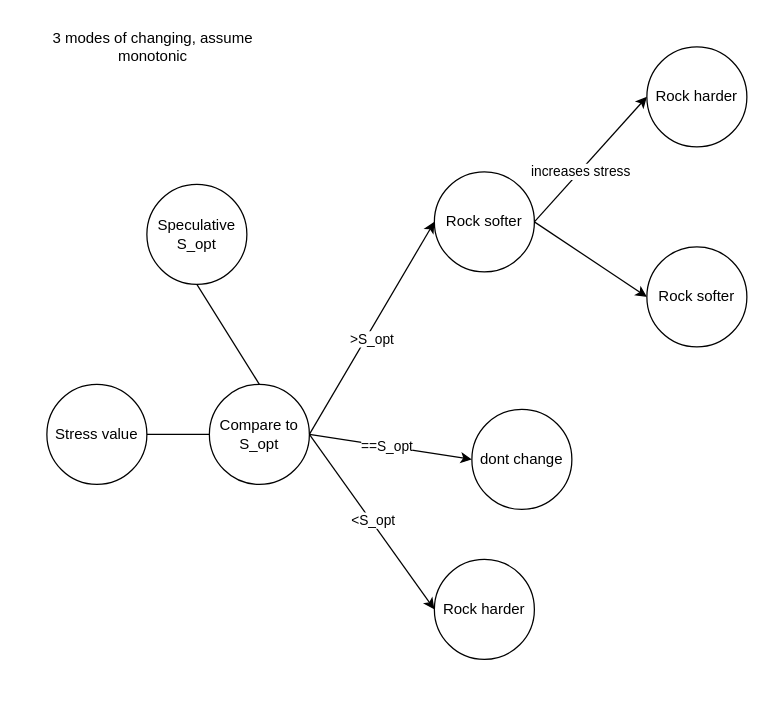
The draw.io diagram 5EWC0 Decision Making flow chart.drawio in ShiyunKong/draw.io-storage, before the edit. Source tidied: cells renumbered, new cells numbered last; positions are measured from the earlier drawing's top-left corner, leaving out a move shared by most shapes. Both pictures are drawn from the tidied source at 125%, with x=0, y=0 at pixel (21, 21).
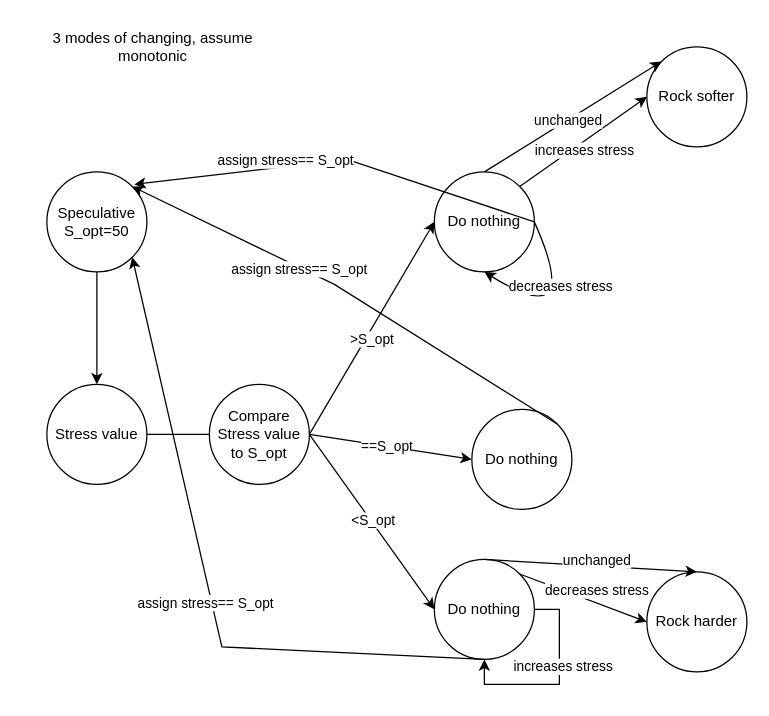
The same page after the edit.

Unchanged cells that the change refers to:
```xml
<mxCell id="2" value="Stress value" style="ellipse;whiteSpace=wrap;html=1;" parent="1" vertex="1">
  <mxGeometry x="20" y="290" width="80" height="80" as="geometry" />
</mxCell>
```

What changed in the source:
```diff
@@
-    <mxCell id="4" value="Compare to S_opt" style="ellipse;whiteSpace=wrap;html=1;" parent="1" vertex="1">
+    <mxCell id="4" value="Compare Stress value to S_opt" style="ellipse;whiteSpace=wrap;html=1;" parent="1" vertex="1">
       <mxGeometry x="150" y="290" width="80" height="80" as="geometry" />
     </mxCell>
-    <mxCell id="5" value="Speculative S_opt" style="ellipse;whiteSpace=wrap;html=1;" parent="1" vertex="1">
-      <mxGeometry x="100" y="130" width="80" height="80" as="geometry" />
+    <mxCell id="5" value="Speculative S_opt=50" style="ellipse;whiteSpace=wrap;html=1;" parent="1" vertex="1">
+      <mxGeometry x="20" y="120" width="80" height="80" as="geometry" />
     </mxCell>
-    <mxCell id="6" style="endArrow=none;html=1;rounded=0;exitX=0.5;exitY=1;exitDx=0;exitDy=0;entryX=0.5;entryY=0;entryDx=0;entryDy=0;" parent="1" edge="1" source="5" target="4">
+    <mxCell id="6" style="endArrow=classic;html=1;rounded=0;exitX=0.5;exitY=1;exitDx=0;exitDy=0;entryX=0.5;entryY=0;entryDx=0;entryDy=0;endFill=1;" parent="1" edge="1" source="5" target="2">
       <mxGeometry relative="1" as="geometry" />
     </mxCell>
@@
-    <mxCell id="13" value="Rock softer" style="ellipse;whiteSpace=wrap;html=1;" parent="1" vertex="1">
+    <mxCell id="13" value="Do nothing" style="ellipse;whiteSpace=wrap;html=1;" parent="1" vertex="1">
       <mxGeometry x="330" y="120" width="80" height="80" as="geometry" />
     </mxCell>
-    <mxCell id="14" value="dont change" style="ellipse;whiteSpace=wrap;html=1;" parent="1" vertex="1">
+    <mxCell id="14" value="Do nothing" style="ellipse;whiteSpace=wrap;html=1;" parent="1" vertex="1">
       <mxGeometry x="360" y="310" width="80" height="80" as="geometry" />
     </mxCell>
-    <mxCell id="15" value="Rock harder" style="ellipse;whiteSpace=wrap;html=1;" parent="1" vertex="1">
+    <mxCell id="15" value="Do nothing" style="ellipse;whiteSpace=wrap;html=1;" parent="1" vertex="1">
       <mxGeometry x="330" y="430" width="80" height="80" as="geometry" />
     </mxCell>
-    <mxCell id="16" style="endArrow=classic;html=1;rounded=0;exitX=1;exitY=0.5;exitDx=0;exitDy=0;entryX=0;entryY=0.5;entryDx=0;entryDy=0;" parent="1" edge="1" source="13" target="18">
+    <mxCell id="16" style="endArrow=classic;html=1;rounded=0;exitX=1;exitY=0;exitDx=0;exitDy=0;entryX=0;entryY=0.5;entryDx=0;entryDy=0;" parent="1" edge="1" source="13" target="18">
       <mxGeometry relative="1" as="geometry" />
     </mxCell>
     <mxCell id="17" value="increases stress" style="edgeLabel;html=1;align=center;verticalAlign=middle;" parent="16" vertex="1">
       <mxGeometry x="-0.19" y="-1" relative="1" as="geometry">
-        <mxPoint y="-1" as="offset" />
+        <mxPoint x="10" y="-1" as="offset" />
       </mxGeometry>
     </mxCell>
-    <mxCell id="18" value="Rock harder" style="ellipse;whiteSpace=wrap;html=1;" parent="1" vertex="1">
+    <mxCell id="18" value="Rock softer" style="ellipse;whiteSpace=wrap;html=1;" parent="1" vertex="1">
       <mxGeometry x="500" y="20" width="80" height="80" as="geometry" />
     </mxCell>
@@
-    <mxCell id="20" style="endArrow=classic;html=1;rounded=0;exitX=1;exitY=0.5;exitDx=0;exitDy=0;entryX=0;entryY=0.5;entryDx=0;entryDy=0;" parent="1" edge="1" source="13" target="21">
-      <mxGeometry relative="1" as="geometry" />
+    <mxCell id="20" style="endArrow=classic;html=1;rounded=0;exitX=1;exitY=0.5;exitDx=0;exitDy=0;entryX=0.5;entryY=1;entryDx=0;entryDy=0;edgeStyle=orthogonalEdgeStyle;curved=1;" parent="1" edge="1" source="13" target="13">
+      <mxGeometry relative="1" as="geometry">
+        <Array as="points">
+          <mxPoint x="450" y="250" />
+        </Array>
+      </mxGeometry>
     </mxCell>
-    <mxCell id="21" value="Rock softer" style="ellipse;whiteSpace=wrap;html=1;" parent="1" vertex="1">
-      <mxGeometry x="500" y="180" width="80" height="80" as="geometry" />
-    </mxCell>
+    <mxCell id="22" value="decreases stress" style="edgeLabel;html=1;align=center;verticalAlign=middle;" parent="20" vertex="1">
+      <mxGeometry x="-0.12" y="-1" relative="1" as="geometry">
+        <mxPoint x="-13" y="-27" as="offset" />
+      </mxGeometry>
+    </mxCell>
+    <mxCell id="23" style="endArrow=classic;html=1;rounded=0;exitX=1;exitY=0.5;exitDx=0;exitDy=0;" parent="1" edge="1" source="13">
+      <mxGeometry relative="1" as="geometry">
+        <mxPoint x="90" y="130" as="targetPoint" />
+        <Array as="points">
+          <mxPoint x="260" y="110" />
+        </Array>
+      </mxGeometry>
+    </mxCell>
+    <mxCell id="24" value="assign stress== S_opt" style="edgeLabel;html=1;align=center;verticalAlign=middle;" parent="23" vertex="1">
+      <mxGeometry x="0.24" y="1" relative="1" as="geometry">
+        <mxPoint x="-4" y="-6" as="offset" />
+      </mxGeometry>
+    </mxCell>
+    <mxCell id="25" style="endArrow=classic;html=1;rounded=0;exitX=0.5;exitY=0;exitDx=0;exitDy=0;entryX=0;entryY=0;entryDx=0;entryDy=0;" parent="1" edge="1" source="13" target="18">
+      <mxGeometry relative="1" as="geometry" />
+    </mxCell>
+    <mxCell id="26" value="unchanged" style="edgeLabel;html=1;align=center;verticalAlign=middle;" parent="25" vertex="1">
+      <mxGeometry x="-0.06" relative="1" as="geometry" />
+    </mxCell>
+    <mxCell id="27" style="endArrow=classic;html=1;rounded=0;exitX=1;exitY=0;exitDx=0;exitDy=0;entryX=1;entryY=0;entryDx=0;entryDy=0;" parent="1" edge="1" source="14" target="5">
+      <mxGeometry relative="1" as="geometry">
+        <Array as="points">
+          <mxPoint x="250" y="210" />
+        </Array>
+      </mxGeometry>
+    </mxCell>
+    <mxCell id="28" value="assign stress== S_opt" style="edgeLabel;html=1;align=center;verticalAlign=middle;" parent="27" vertex="1">
+      <mxGeometry x="0.24" y="1" relative="1" as="geometry" />
+    </mxCell>
+    <mxCell id="29" style="edgeStyle=orthogonalEdgeStyle;rounded=0;orthogonalLoop=1;jettySize=auto;html=1;exitX=1;exitY=0.5;exitDx=0;exitDy=0;entryX=0.5;entryY=1;entryDx=0;entryDy=0;" parent="1" edge="1" source="15" target="15">
+      <mxGeometry relative="1" as="geometry" />
+    </mxCell>
+    <mxCell id="30" value="increases stress" style="edgeLabel;html=1;align=center;verticalAlign=middle;" parent="29" vertex="1">
+      <mxGeometry x="-0.19" y="2" relative="1" as="geometry" />
+    </mxCell>
+    <mxCell id="31" style="endArrow=classic;html=1;rounded=0;exitX=0.5;exitY=1;exitDx=0;exitDy=0;entryX=1;entryY=1;entryDx=0;entryDy=0;" parent="1" edge="1" source="15" target="5">
+      <mxGeometry relative="1" as="geometry">
+        <Array as="points">
+          <mxPoint x="160" y="500" />
+        </Array>
+      </mxGeometry>
+    </mxCell>
+    <mxCell id="32" value="assign stress== S_opt" style="edgeLabel;html=1;align=center;verticalAlign=middle;" parent="31" vertex="1">
+      <mxGeometry x="0.24" y="1" relative="1" as="geometry">
+        <mxPoint x="14" y="80" as="offset" />
+      </mxGeometry>
+    </mxCell>
+    <mxCell id="33" style="endArrow=classic;html=1;rounded=0;exitX=1;exitY=0;exitDx=0;exitDy=0;entryX=0;entryY=0.5;entryDx=0;entryDy=0;" parent="1" edge="1" source="15" target="35">
+      <mxGeometry relative="1" as="geometry" />
+    </mxCell>
+    <mxCell id="34" value="decreases stress" style="edgeLabel;html=1;align=center;verticalAlign=middle;" parent="33" vertex="1">
+      <mxGeometry x="-0.15" y="3" relative="1" as="geometry">
+        <mxPoint x="17" y="-1" as="offset" />
+      </mxGeometry>
+    </mxCell>
+    <mxCell id="35" value="Rock harder" style="ellipse;whiteSpace=wrap;html=1;" parent="1" vertex="1">
+      <mxGeometry x="500" y="440" width="80" height="80" as="geometry" />
+    </mxCell>
+    <mxCell id="36" style="endArrow=classic;html=1;rounded=0;exitX=0.5;exitY=0;exitDx=0;exitDy=0;entryX=0.5;entryY=0;entryDx=0;entryDy=0;" parent="1" edge="1" source="15" target="35">
+      <mxGeometry relative="1" as="geometry" />
+    </mxCell>
+    <mxCell id="37" value="unchanged" style="edgeLabel;html=1;align=center;verticalAlign=middle;" parent="36" vertex="1">
+      <mxGeometry x="0.25" y="-3" relative="1" as="geometry">
+        <mxPoint x="-16" y="-9" as="offset" />
+      </mxGeometry>
+    </mxCell>
```
